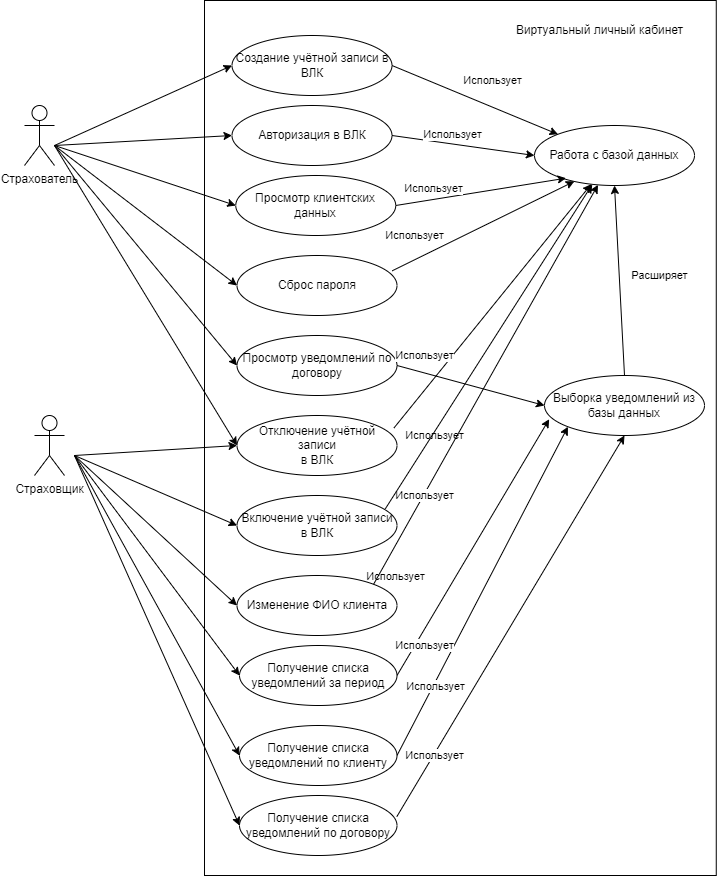
Earlier version of the draw.io export src/main/resources/documentation/Диаграмма вариантов использования.drawio.png (VladBaton/vlk). Source tidied: cells renumbered, new cells last; positions are measured from the earlier drawing's top-left corner, leaving out a move shared by most shapes.
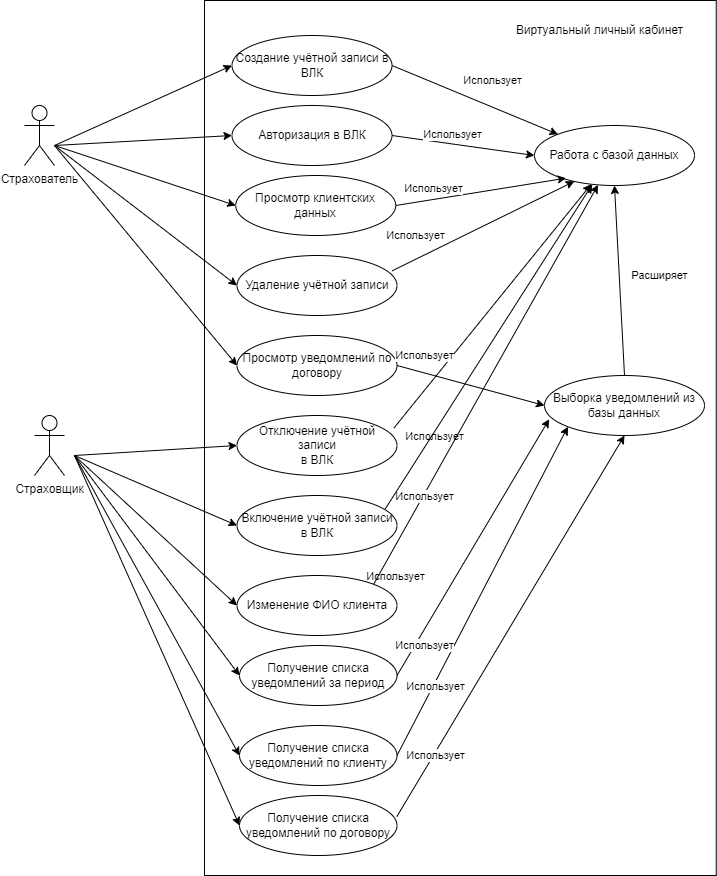
Later version of the same file.

The edit, as a diff of the source:
```diff
@@ -118,7 +118,7 @@
     <mxCell id="35" style="endArrow=classic;html=1;rounded=0;exitX=0.927;exitY=0.222;exitDx=0;exitDy=0;exitPerimeter=0;entryX=0.361;entryY=0.983;entryDx=0;entryDy=0;entryPerimeter=0;" parent="1" edge="1" source="34" target="18">
       <mxGeometry relative="1" as="geometry" />
     </mxCell>
-    <mxCell id="36" value="Сброс пароля" style="ellipse;whiteSpace=wrap;html=1;" parent="1" vertex="1">
+    <mxCell id="36" value="Удаление учётной записи" style="ellipse;whiteSpace=wrap;html=1;" parent="1" vertex="1">
       <mxGeometry x="212.5" y="255" width="160" height="60" as="geometry" />
     </mxCell>
     <mxCell id="37" style="endArrow=classic;html=1;rounded=0;entryX=0.249;entryY=0.931;entryDx=0;entryDy=0;entryPerimeter=0;exitX=0.97;exitY=0.255;exitDx=0;exitDy=0;exitPerimeter=0;" parent="1" edge="1" source="36" target="18">
@@ -164,11 +164,6 @@
         <mxPoint x="30" y="145" as="sourcePoint" />
       </mxGeometry>
     </mxCell>
-    <mxCell id="48" style="endArrow=classic;html=1;rounded=0;entryX=0;entryY=0.5;entryDx=0;entryDy=0;" parent="1" edge="1" target="31">
-      <mxGeometry relative="1" as="geometry">
-        <mxPoint x="30" y="145" as="sourcePoint" />
-      </mxGeometry>
-    </mxCell>
     <mxCell id="49" style="endArrow=classic;html=1;rounded=0;entryX=0;entryY=0.5;entryDx=0;entryDy=0;" parent="1" edge="1" target="31">
       <mxGeometry relative="1" as="geometry">
         <mxPoint x="50" y="455" as="sourcePoint" />
```
